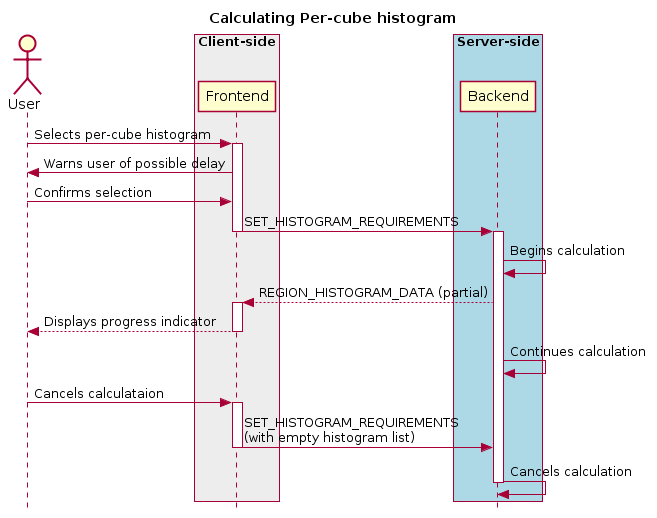
This is docs/images/image19.png from CARTAvis/carta-protobuf, a PlantUML export, as it was before one commit.
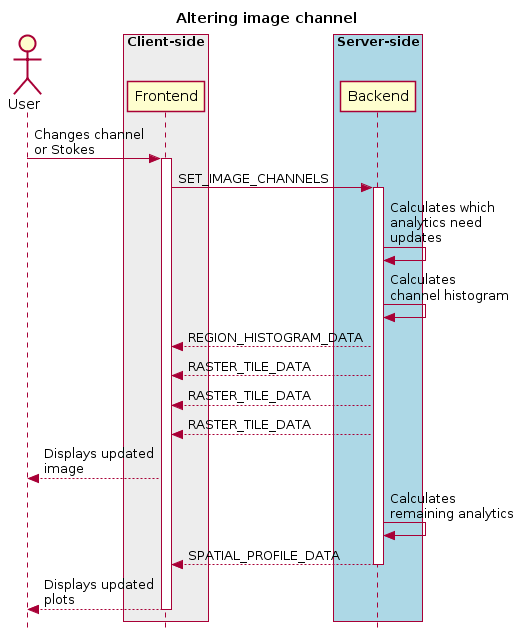
The same file after the commit.

Change to the diagram source:
```diff
@@ -1,7 +1,8 @@
 @startuml
 skinparam style strictuml
 hide footbox
-title Calculating Per-cube histogram
+title Altering image channel
+
 actor User
 box "Client-side" #EDEDED
         participant Frontend
@@ -10,25 +11,20 @@
 box "Server-side" #lightblue
 	participant Backend
 end box
-User -> Frontend: Selects per-cube histogram
+User -> Frontend: Changes channel\nor Stokes
 activate Frontend
-Frontend -> User: Warns user of possible delay
-User -> Frontend: Confirms selection
-Frontend -> Backend : SET_HISTOGRAM_REQUIREMENTS
+Frontend -> Backend : SET_IMAGE_CHANNELS
+activate Backend
+Backend -> Backend: Calculates which\nanalytics need\nupdates
+Backend -> Backend: Calculates\nchannel histogram
+Frontend <-- Backend : REGION_HISTOGRAM_DATA
+Frontend <-- Backend : RASTER_TILE_DATA
+Frontend <-- Backend : RASTER_TILE_DATA
+Frontend <-- Backend : RASTER_TILE_DATA
+User <-- Frontend: Displays updated\nimage
+Backend -> Backend: Calculates\nremaining analytics
+Frontend <-- Backend : SPATIAL_PROFILE_DATA
+deactivate Backend
+User <-- Frontend: Displays updated\nplots
 deactivate Frontend
-
-activate Backend
-Backend -> Backend: Begins calculation
-Frontend <-- Backend: REGION_HISTOGRAM_DATA (partial)
-activate Frontend
-User <-- Frontend: Displays progress indicator
-deactivate Frontend
-
-Backend -> Backend: Continues calculation
-User -> Frontend: Cancels calculataion
-activate Frontend
-Frontend -> Backend: SET_HISTOGRAM_REQUIREMENTS\n(with empty histogram list)
-deactivate Frontend
-Backend -> Backend: Cancels calculation
-deactivate Backend
 @enduml
```
